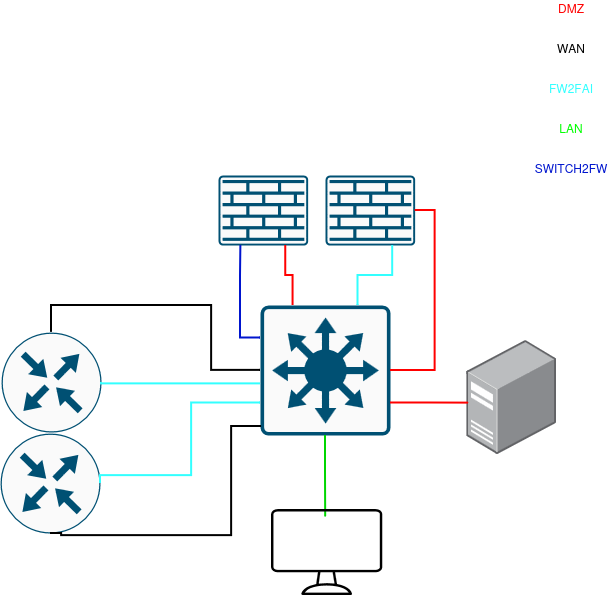
Above: docs/assets/SchemaPhyDMZ.drawio.png in DSISportLudique/SportLudique2Doc (draw.io), before the change. Source tidied: cells renumbered, new cells last; positions are measured from the earlier drawing's top-left corner, leaving out a move shared by most shapes.
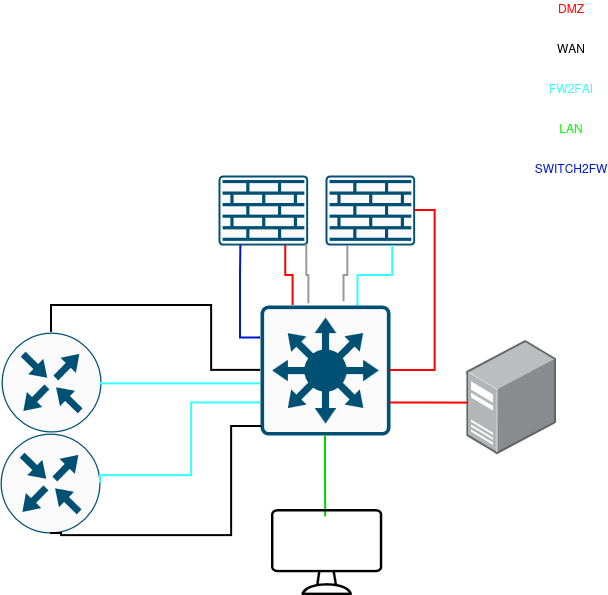
Later version of the same file.

Diff of the diagram source:
```diff
@@ -89,5 +89,11 @@
         </Array>
       </mxGeometry>
     </mxCell>
+    <mxCell id="24" style="edgeStyle=orthogonalEdgeStyle;rounded=0;jettySize=auto;html=1;exitX=0.25;exitY=1;exitDx=0;exitDy=0;exitPerimeter=0;entryX=0.643;entryY=-0.03;entryDx=0;entryDy=0;entryPerimeter=0;endArrow=none;endFill=0;strokeWidth=2;strokeColor=#999999;" parent="1" edge="1" source="3" target="2">
+      <mxGeometry relative="1" as="geometry" />
+    </mxCell>
+    <mxCell id="25" style="edgeStyle=orthogonalEdgeStyle;rounded=0;jettySize=auto;html=1;exitX=0.985;exitY=0.985;exitDx=0;exitDy=0;exitPerimeter=0;entryX=0.372;entryY=-0.012;entryDx=0;entryDy=0;entryPerimeter=0;endArrow=none;endFill=0;strokeWidth=2;strokeColor=#999999;" parent="1" edge="1" source="20" target="2">
+      <mxGeometry relative="1" as="geometry" />
+    </mxCell>
   </root>
 </mxGraphModel>
```
